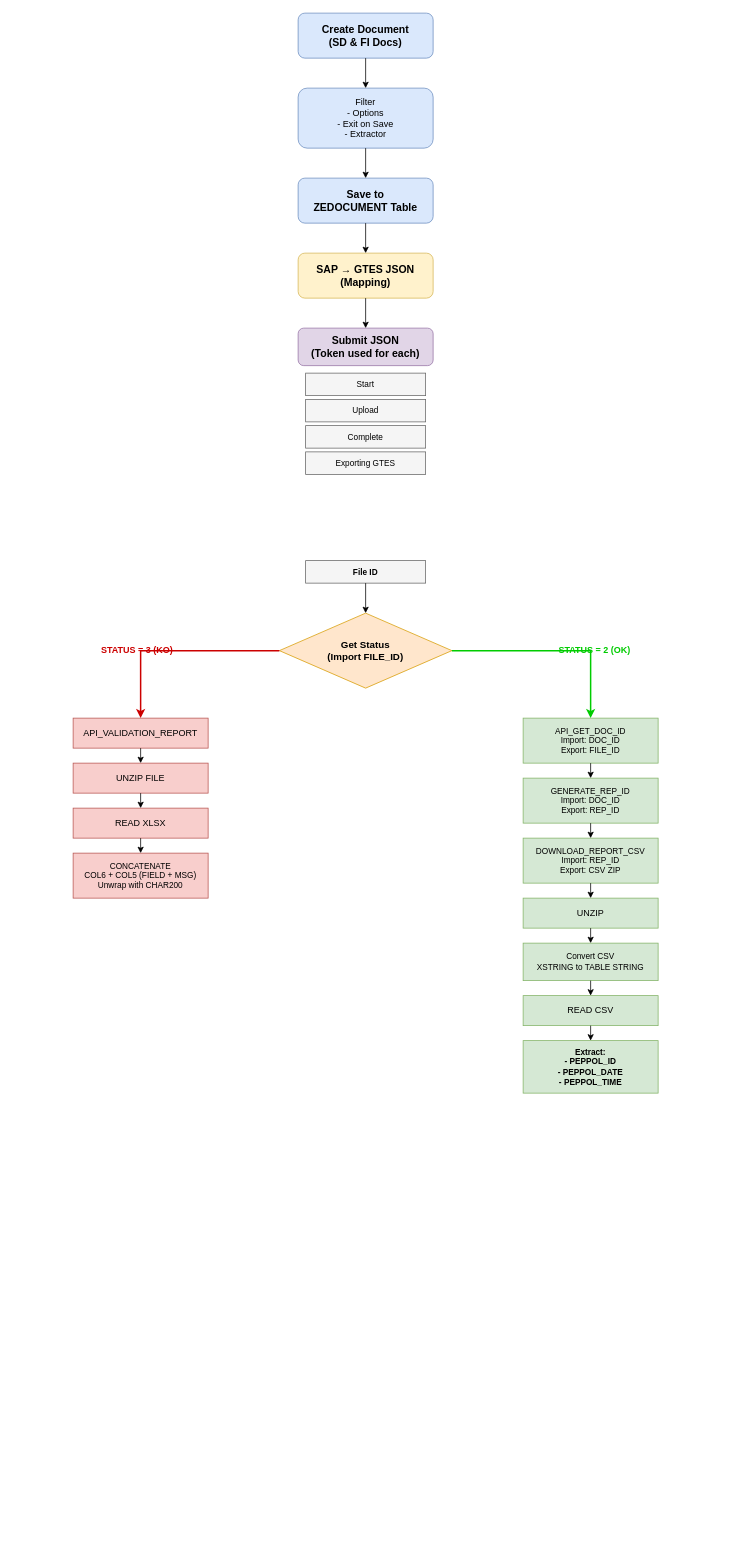
Before: GTES Flow.drawio in kristi1705/SAP-ABAP, a draw.io diagram. Source tidied: cells renumbered, new cells numbered last; positions are measured from the earlier drawing's top-left corner, leaving out a move shared by most shapes. Both pictures are drawn from the tidied source at 75%, with x=0, y=0 at pixel (73, 13).
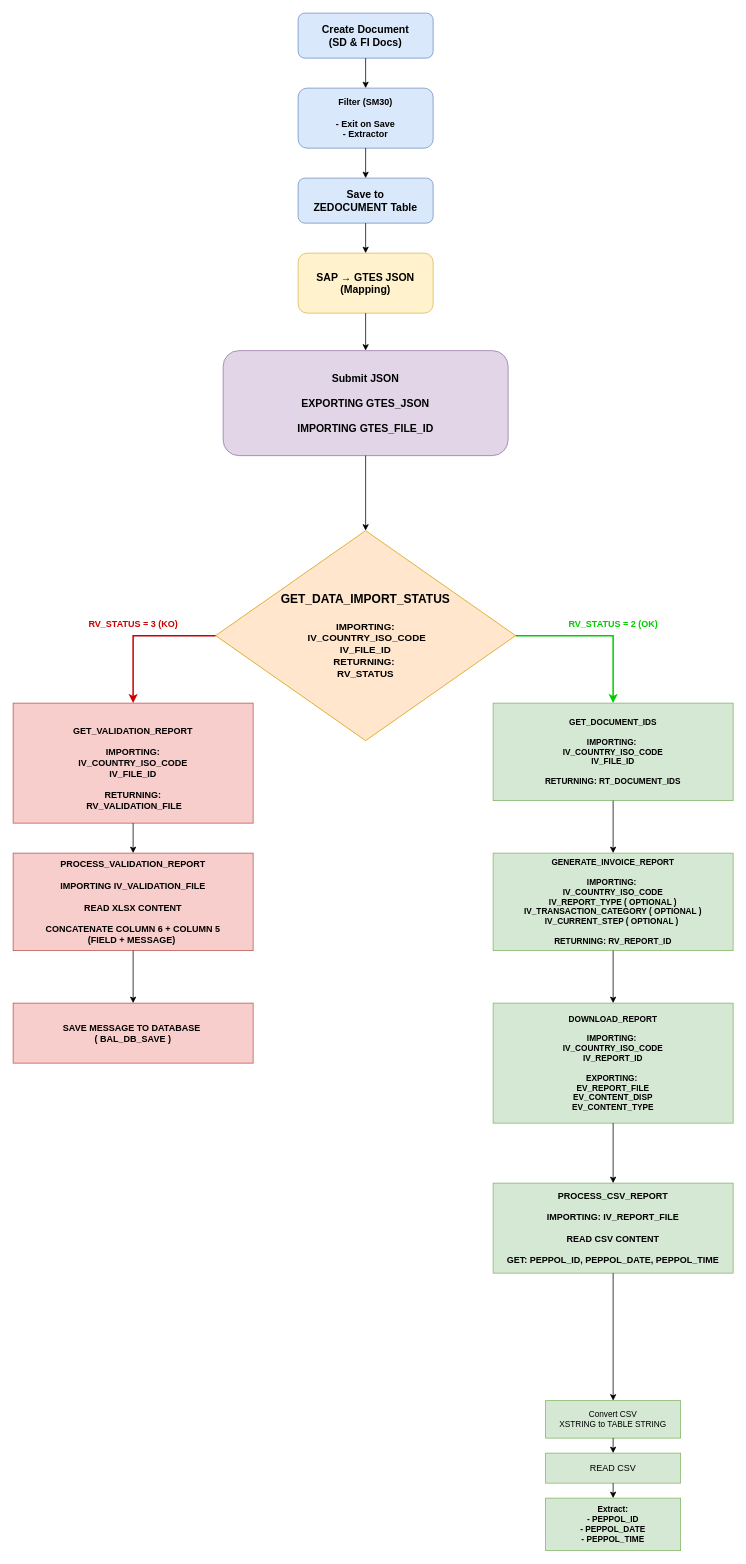
Above is the later version.

Change to the diagram source:
```diff
@@
-    <mxCell id="3" value="Filter&#10;- Options&#10;- Exit on Save&#10;- Extractor" style="rounded=1;whiteSpace=wrap;html=1;fillColor=#dae8fc;strokeColor=#6c8ebf;fontSize=12;" parent="1" vertex="1">
+    <mxCell id="3" value="&lt;b&gt;Filter (SM30)&lt;br&gt;&lt;br&gt;- Exit on Save&lt;br&gt;- Extractor&lt;/b&gt;" style="rounded=1;whiteSpace=wrap;html=1;fillColor=#dae8fc;strokeColor=#6c8ebf;fontSize=12;" parent="1" vertex="1">
       <mxGeometry x="300" y="100" width="180" height="80" as="geometry" />
     </mxCell>
@@
     <mxCell id="5" value="SAP → GTES JSON&#10;(Mapping)" style="rounded=1;whiteSpace=wrap;html=1;fillColor=#fff2cc;strokeColor=#d6b656;fontSize=14;fontStyle=1;" parent="1" vertex="1">
-      <mxGeometry x="300" y="320" width="180" height="60" as="geometry" />
+      <mxGeometry x="300" y="320" width="180" height="80" as="geometry" />
     </mxCell>
-    <mxCell id="6" value="Submit JSON&#10;(Token used for each)" style="rounded=1;whiteSpace=wrap;html=1;fillColor=#e1d5e7;strokeColor=#9673a6;fontSize=14;fontStyle=1;" parent="1" vertex="1">
-      <mxGeometry x="300" y="420" width="180" height="50" as="geometry" />
+    <mxCell id="6" value="Submit JSON&lt;br&gt;&lt;div&gt;&lt;br&gt;&lt;/div&gt;&lt;div&gt;EXPORTING GTES_JSON&lt;/div&gt;&lt;div&gt;&lt;br&gt;&lt;/div&gt;&lt;div&gt;IMPORTING GTES_FILE_ID&lt;/div&gt;" style="rounded=1;whiteSpace=wrap;html=1;fillColor=#e1d5e7;strokeColor=#9673a6;fontSize=14;fontStyle=1;" parent="1" vertex="1">
+      <mxGeometry x="200" y="450" width="380" height="140" as="geometry" />
     </mxCell>
-    <mxCell id="7" value="Start" style="rounded=0;whiteSpace=wrap;html=1;fillColor=#f5f5f5;strokeColor=#666666;fontSize=11;" parent="1" vertex="1">
-      <mxGeometry x="310" y="480" width="160" height="30" as="geometry" />
-    </mxCell>
-    <mxCell id="8" value="Upload" style="rounded=0;whiteSpace=wrap;html=1;fillColor=#f5f5f5;strokeColor=#666666;fontSize=11;" parent="1" vertex="1">
-      <mxGeometry x="310" y="515" width="160" height="30" as="geometry" />
-    </mxCell>
-    <mxCell id="9" value="Complete" style="rounded=0;whiteSpace=wrap;html=1;fillColor=#f5f5f5;strokeColor=#666666;fontSize=11;" parent="1" vertex="1">
-      <mxGeometry x="310" y="550" width="160" height="30" as="geometry" />
-    </mxCell>
-    <mxCell id="10" value="Exporting GTES" style="rounded=0;whiteSpace=wrap;html=1;fillColor=#f5f5f5;strokeColor=#666666;fontSize=11;" parent="1" vertex="1">
-      <mxGeometry x="310" y="585" width="160" height="30" as="geometry" />
-    </mxCell>
-    <mxCell id="11" value="File ID" style="rounded=0;whiteSpace=wrap;html=1;fillColor=#f5f5f5;strokeColor=#666666;fontSize=11;fontStyle=1;" parent="1" vertex="1">
-      <mxGeometry x="310" y="730" width="160" height="30" as="geometry" />
-    </mxCell>
-    <mxCell id="12" value="Get Status&#10;(Import FILE_ID)" style="rhombus;whiteSpace=wrap;html=1;fillColor=#ffe6cc;strokeColor=#d79b00;fontSize=13;fontStyle=1;" parent="1" vertex="1">
-      <mxGeometry x="275" y="800" width="230" height="100" as="geometry" />
+    <mxCell id="12" value="&lt;font style=&quot;font-size: 16px;&quot;&gt;GET_DATA_IMPORT_STATUS&lt;/font&gt;&lt;div&gt;&lt;span style=&quot;font-size: 16px;&quot;&gt;&lt;br&gt;&lt;/span&gt;IMPORTING:&lt;div&gt;&amp;nbsp;IV_COUNTRY_ISO_CODE&lt;/div&gt;&lt;div&gt;IV_FILE_ID&lt;/div&gt;&lt;div&gt;RETURNING:&amp;nbsp;&lt;/div&gt;&lt;div&gt;RV_STATUS&lt;/div&gt;&lt;/div&gt;" style="rhombus;whiteSpace=wrap;html=1;fillColor=#ffe6cc;strokeColor=#d79b00;fontSize=13;fontStyle=1;" parent="1" vertex="1">
+      <mxGeometry x="190" y="690" width="400" height="280" as="geometry" />
     </mxCell>
-    <mxCell id="13" value="STATUS = 3 (KO)" style="text;html=1;align=center;verticalAlign=middle;strokeColor=none;fillColor=none;fontSize=12;fontStyle=1;fontColor=#CC0000;" parent="1" vertex="1">
-      <mxGeometry x="20" y="835" width="130" height="30" as="geometry" />
+    <mxCell id="13" value="RV_STATUS = 3 (KO)" style="text;html=1;align=center;verticalAlign=middle;strokeColor=none;fillColor=none;fontSize=12;fontStyle=1;fontColor=#CC0000;" parent="1" vertex="1">
+      <mxGeometry x="10" y="800" width="140" height="30" as="geometry" />
     </mxCell>
-    <mxCell id="14" value="API_VALIDATION_REPORT" style="rounded=0;whiteSpace=wrap;html=1;fillColor=#f8cecc;strokeColor=#b85450;fontSize=12;" parent="1" vertex="1">
-      <mxGeometry y="940" width="180" height="40" as="geometry" />
+    <mxCell id="14" value="&lt;br&gt;&lt;div&gt;&lt;b&gt;GET_VALIDATION_REPORT&lt;/b&gt;&lt;/div&gt;&lt;div&gt;&lt;b&gt;&lt;br&gt;&lt;/b&gt;&lt;/div&gt;&lt;div&gt;&lt;b&gt;IMPORTING:&lt;/b&gt;&lt;/div&gt;&lt;div&gt;&lt;b&gt;IV_COUNTRY_ISO_CODE&lt;/b&gt;&lt;/div&gt;&lt;div&gt;&lt;b&gt;IV_FILE_ID&lt;/b&gt;&lt;/div&gt;&lt;div&gt;&lt;b&gt;&lt;br&gt;&lt;/b&gt;&lt;/div&gt;&lt;div&gt;&lt;b&gt;RETURNING:&lt;/b&gt;&lt;/div&gt;&lt;div&gt;&lt;b&gt;&amp;nbsp;&lt;/b&gt;&lt;span style=&quot;background-color: transparent;&quot;&gt;&lt;b&gt;RV_VALIDATION_FILE&lt;/b&gt;&lt;/span&gt;&lt;/div&gt;" style="rounded=0;whiteSpace=wrap;html=1;fillColor=#f8cecc;strokeColor=#b85450;fontSize=12;" parent="1" vertex="1">
+      <mxGeometry x="-80" y="920" width="320" height="160" as="geometry" />
     </mxCell>
-    <mxCell id="15" value="UNZIP FILE" style="rounded=0;whiteSpace=wrap;html=1;fillColor=#f8cecc;strokeColor=#b85450;fontSize=12;" parent="1" vertex="1">
-      <mxGeometry y="1000" width="180" height="40" as="geometry" />
+    <mxCell id="15" value="&lt;b&gt;PROCESS_VALIDATION_REPORT&lt;/b&gt;&lt;div&gt;&lt;b&gt;&lt;br&gt;&lt;/b&gt;&lt;/div&gt;&lt;div&gt;&lt;b&gt;IMPORTING IV_VALIDATION_FILE&lt;/b&gt;&lt;/div&gt;&lt;div&gt;&lt;b&gt;&lt;br&gt;&lt;/b&gt;&lt;/div&gt;&lt;div&gt;&lt;b&gt;READ XLSX CONTENT&lt;br&gt;&lt;/b&gt;&lt;/div&gt;&lt;div&gt;&lt;b&gt;&lt;br&gt;&lt;/b&gt;&lt;/div&gt;&lt;div&gt;&lt;b&gt;CONCATENATE COLUMN 6 + COLUMN 5&lt;/b&gt;&lt;/div&gt;&lt;div&gt;&lt;b&gt;(&lt;/b&gt;&lt;b style=&quot;background-color: transparent; color: light-dark(rgb(0, 0, 0), rgb(255, 255, 255));&quot;&gt;FIELD + MESSAGE)&amp;nbsp;&lt;/b&gt;&lt;/div&gt;&lt;div&gt;&lt;b&gt;&lt;/b&gt;&lt;/div&gt;" style="rounded=0;whiteSpace=wrap;html=1;fillColor=#f8cecc;strokeColor=#b85450;fontSize=12;" parent="1" vertex="1">
+      <mxGeometry x="-80" y="1120" width="320" height="130" as="geometry" />
     </mxCell>
-    <mxCell id="16" value="READ XLSX" style="rounded=0;whiteSpace=wrap;html=1;fillColor=#f8cecc;strokeColor=#b85450;fontSize=12;" parent="1" vertex="1">
-      <mxGeometry y="1060" width="180" height="40" as="geometry" />
+    <mxCell id="16" value="&lt;b&gt;SAVE MESSAGE TO DATABASE&amp;nbsp;&lt;/b&gt;&lt;div&gt;&lt;b&gt;( BAL_DB_SAVE )&lt;/b&gt;&lt;/div&gt;" style="rounded=0;whiteSpace=wrap;html=1;fillColor=#f8cecc;strokeColor=#b85450;fontSize=12;" parent="1" vertex="1">
+      <mxGeometry x="-80" y="1320" width="320" height="80" as="geometry" />
     </mxCell>
-    <mxCell id="17" value="CONCATENATE&#10;COL6 + COL5 (FIELD + MSG)&#10;Unwrap with CHAR200" style="rounded=0;whiteSpace=wrap;html=1;fillColor=#f8cecc;strokeColor=#b85450;fontSize=11;" parent="1" vertex="1">
-      <mxGeometry y="1120" width="180" height="60" as="geometry" />
-    </mxCell>
-    <mxCell id="18" value="STATUS = 2 (OK)" style="text;html=1;align=center;verticalAlign=middle;strokeColor=none;fillColor=none;fontSize=12;fontStyle=1;fontColor=#00CC00;" parent="1" vertex="1">
-      <mxGeometry x="630" y="835" width="130" height="30" as="geometry" />
+    <mxCell id="18" value="RV_STATUS = 2 (OK)" style="text;html=1;align=center;verticalAlign=middle;strokeColor=none;fillColor=none;fontSize=12;fontStyle=1;fontColor=#00CC00;" parent="1" vertex="1">
+      <mxGeometry x="650" y="800" width="140" height="30" as="geometry" />
     </mxCell>
-    <mxCell id="19" value="API_GET_DOC_ID&#10;Import: DOC_ID&#10;Export: FILE_ID" style="rounded=0;whiteSpace=wrap;html=1;fillColor=#d5e8d4;strokeColor=#82b366;fontSize=11;" parent="1" vertex="1">
-      <mxGeometry x="600" y="940" width="180" height="60" as="geometry" />
+    <mxCell id="19" value="&lt;b&gt;GET_DOCUMENT_IDS&lt;/b&gt;&lt;br&gt;&lt;br&gt;&lt;div&gt;&lt;b&gt;IMPORTING:&amp;nbsp;&lt;/b&gt;&lt;/div&gt;&lt;div&gt;&lt;b&gt;IV_COUNTRY_ISO_CODE&lt;/b&gt;&lt;br&gt;&lt;b&gt;IV_FILE_ID&lt;/b&gt;&lt;br&gt;&lt;div&gt;&lt;b&gt;&lt;br&gt;&lt;/b&gt;&lt;/div&gt;&lt;div&gt;&lt;b&gt;RETURNING:&amp;nbsp;&lt;/b&gt;&lt;span style=&quot;background-color: transparent;&quot;&gt;&lt;b&gt;RT_DOCUMENT_IDS&lt;/b&gt;&lt;/span&gt;&lt;/div&gt;&lt;/div&gt;" style="rounded=0;whiteSpace=wrap;html=1;fillColor=#d5e8d4;strokeColor=#82b366;fontSize=11;" parent="1" vertex="1">
+      <mxGeometry x="560" y="920" width="320" height="130" as="geometry" />
     </mxCell>
-    <mxCell id="20" value="GENERATE_REP_ID&#10;Import: DOC_ID&#10;Export: REP_ID" style="rounded=0;whiteSpace=wrap;html=1;fillColor=#d5e8d4;strokeColor=#82b366;fontSize=11;" parent="1" vertex="1">
-      <mxGeometry x="600" y="1020" width="180" height="60" as="geometry" />
+    <mxCell id="20" value="&lt;b&gt;GENERATE_INVOICE_REPORT&lt;/b&gt;&lt;br&gt;&lt;div&gt;&lt;b&gt;&lt;br&gt;IMPORTING:&amp;nbsp;&lt;/b&gt;&lt;/div&gt;&lt;div&gt;&lt;b&gt;IV_COUNTRY_ISO_CODE&lt;/b&gt;&lt;/div&gt;&lt;div&gt;&lt;b&gt;IV_REPORT_TYPE ( OPTIONAL )&lt;/b&gt;&lt;/div&gt;&lt;div&gt;&lt;b&gt;IV_TRANSACTION_CATEGORY ( OPTIONAL )&lt;/b&gt;&lt;/div&gt;&lt;div&gt;&lt;b&gt;IV_CURRENT_STEP ( OPTIONAL )&amp;nbsp;&lt;/b&gt;&lt;br&gt;&lt;br&gt;&lt;/div&gt;&lt;div&gt;&lt;b&gt;RETURNING:&amp;nbsp;&lt;/b&gt;&lt;span style=&quot;background-color: transparent;&quot;&gt;&lt;b&gt;RV_REPORT_ID&lt;/b&gt;&lt;/span&gt;&lt;/div&gt;" style="rounded=0;whiteSpace=wrap;html=1;fillColor=#d5e8d4;strokeColor=#82b366;fontSize=11;" parent="1" vertex="1">
+      <mxGeometry x="560" y="1120" width="320" height="130" as="geometry" />
     </mxCell>
-    <mxCell id="21" value="DOWNLOAD_REPORT_CSV&#10;Import: REP_ID&#10;Export: CSV ZIP" style="rounded=0;whiteSpace=wrap;html=1;fillColor=#d5e8d4;strokeColor=#82b366;fontSize=11;" parent="1" vertex="1">
-      <mxGeometry x="600" y="1100" width="180" height="60" as="geometry" />
+    <mxCell id="21" value="&lt;b&gt;DOWNLOAD_REPORT&lt;/b&gt;&lt;br&gt;&lt;div&gt;&lt;br&gt;&lt;b&gt;IMPORTING:&amp;nbsp;&lt;/b&gt;&lt;/div&gt;&lt;div&gt;&lt;b&gt;IV_COUNTRY_ISO_CODE&lt;/b&gt;&lt;/div&gt;&lt;div&gt;&lt;b&gt;IV_REPORT_ID&lt;/b&gt;&lt;br&gt;&lt;br&gt;&lt;/div&gt;&lt;div&gt;&lt;b&gt;EXPORTING:&amp;nbsp;&lt;/b&gt;&lt;/div&gt;&lt;div&gt;&lt;div style=&quot;&quot;&gt;&lt;b&gt;EV_REPORT_FILE&lt;/b&gt;&lt;/div&gt;&lt;div style=&quot;&quot;&gt;&lt;b&gt;EV_CONTENT_DISP&lt;/b&gt;&lt;/div&gt;&lt;div style=&quot;&quot;&gt;&lt;b&gt;EV_CONTENT_TYPE&lt;/b&gt;&lt;/div&gt;&lt;/div&gt;" style="rounded=0;whiteSpace=wrap;html=1;fillColor=#d5e8d4;strokeColor=#82b366;fontSize=11;" parent="1" vertex="1">
+      <mxGeometry x="560" y="1320" width="320" height="160" as="geometry" />
     </mxCell>
-    <mxCell id="22" value="UNZIP" style="rounded=0;whiteSpace=wrap;html=1;fillColor=#d5e8d4;strokeColor=#82b366;fontSize=12;" parent="1" vertex="1">
-      <mxGeometry x="600" y="1180" width="180" height="40" as="geometry" />
+    <mxCell id="22" value="&lt;b&gt;PROCESS_CSV_REPORT&lt;/b&gt;&lt;div&gt;&lt;b&gt;&lt;br&gt;&lt;/b&gt;&lt;/div&gt;&lt;div&gt;&lt;b&gt;IMPORTING: IV_REPORT_FILE&lt;/b&gt;&lt;/div&gt;&lt;div&gt;&lt;b&gt;&lt;br&gt;&lt;/b&gt;&lt;/div&gt;&lt;div&gt;&lt;b&gt;READ CSV CONTENT&lt;/b&gt;&lt;/div&gt;&lt;div&gt;&lt;b&gt;&lt;br&gt;&lt;/b&gt;&lt;/div&gt;&lt;div&gt;&lt;b&gt;GET: PEPPOL_ID, PEPPOL_DATE, PEPPOL_TIME&lt;/b&gt;&lt;/div&gt;" style="rounded=0;whiteSpace=wrap;html=1;fillColor=#d5e8d4;strokeColor=#82b366;fontSize=12;" parent="1" vertex="1">
+      <mxGeometry x="560" y="1560" width="320" height="120" as="geometry" />
     </mxCell>
     <mxCell id="23" value="Convert CSV&#10;XSTRING to TABLE STRING" style="rounded=0;whiteSpace=wrap;html=1;fillColor=#d5e8d4;strokeColor=#82b366;fontSize=11;" parent="1" vertex="1">
-      <mxGeometry x="600" y="1240" width="180" height="50" as="geometry" />
+      <mxGeometry x="630" y="1850" width="180" height="50" as="geometry" />
     </mxCell>
     <mxCell id="24" value="READ CSV" style="rounded=0;whiteSpace=wrap;html=1;fillColor=#d5e8d4;strokeColor=#82b366;fontSize=12;" parent="1" vertex="1">
-      <mxGeometry x="600" y="1310" width="180" height="40" as="geometry" />
+      <mxGeometry x="630" y="1920" width="180" height="40" as="geometry" />
     </mxCell>
     <mxCell id="25" value="Extract:&#10;- PEPPOL_ID&#10;- PEPPOL_DATE&#10;- PEPPOL_TIME" style="rounded=0;whiteSpace=wrap;html=1;fillColor=#d5e8d4;strokeColor=#82b366;fontSize=11;fontStyle=1;" parent="1" vertex="1">
-      <mxGeometry x="600" y="1370" width="180" height="70" as="geometry" />
+      <mxGeometry x="630" y="1980" width="180" height="70" as="geometry" />
     </mxCell>
@@
-    <mxCell id="30" style="edgeStyle=orthogonalEdgeStyle;rounded=0;jettySize=auto;html=1;exitX=0.5;exitY=1;exitDx=0;exitDy=0;entryX=0.5;entryY=0;entryDx=0;entryDy=0;" parent="1" edge="1" source="11" target="12">
+    <mxCell id="30" style="edgeStyle=orthogonalEdgeStyle;rounded=0;jettySize=auto;html=1;exitX=0.5;exitY=1;exitDx=0;exitDy=0;entryX=0.5;entryY=0;entryDx=0;entryDy=0;" parent="1" edge="1" source="6" target="12">
       <mxGeometry relative="1" as="geometry" />
     </mxCell>
-    <mxCell id="31" style="edgeStyle=orthogonalEdgeStyle;rounded=0;jettySize=auto;html=1;exitX=0;exitY=0.5;exitDx=0;exitDy=0;entryX=0.5;entryY=0;entryDx=0;entryDy=0;strokeColor=#CC0000;strokeWidth=2;" parent="1" edge="1" source="12" target="14">
+    <mxCell id="31" style="edgeStyle=orthogonalEdgeStyle;rounded=0;jettySize=auto;html=1;entryX=0.5;entryY=0;entryDx=0;entryDy=0;strokeColor=#CC0000;strokeWidth=2;" parent="1" edge="1" source="12" target="14">
       <mxGeometry relative="1" as="geometry">
         <Array as="points">
-          <mxPoint x="220" y="850" />
-          <mxPoint x="90" y="850" />
+          <mxPoint x="80" y="830" />
         </Array>
       </mxGeometry>
     </mxCell>
@@
-    <mxCell id="34" style="edgeStyle=orthogonalEdgeStyle;rounded=0;jettySize=auto;html=1;exitX=0.5;exitY=1;exitDx=0;exitDy=0;entryX=0.5;entryY=0;entryDx=0;entryDy=0;" parent="1" edge="1" source="16" target="17">
-      <mxGeometry relative="1" as="geometry" />
-    </mxCell>
-    <mxCell id="35" style="edgeStyle=orthogonalEdgeStyle;rounded=0;jettySize=auto;html=1;exitX=1;exitY=0.5;exitDx=0;exitDy=0;entryX=0.5;entryY=0;entryDx=0;entryDy=0;strokeColor=#00CC00;strokeWidth=2;" parent="1" edge="1" source="12" target="19">
+    <mxCell id="35" style="edgeStyle=orthogonalEdgeStyle;rounded=0;jettySize=auto;html=1;entryX=0.5;entryY=0;entryDx=0;entryDy=0;strokeColor=#00CC00;strokeWidth=2;exitX=1;exitY=0.5;exitDx=0;exitDy=0;" parent="1" edge="1" source="12" target="19">
       <mxGeometry relative="1" as="geometry">
         <Array as="points">
-          <mxPoint x="560" y="850" />
-          <mxPoint x="690" y="850" />
+          <mxPoint x="720" y="830" />
         </Array>
       </mxGeometry>
     </mxCell>
```
